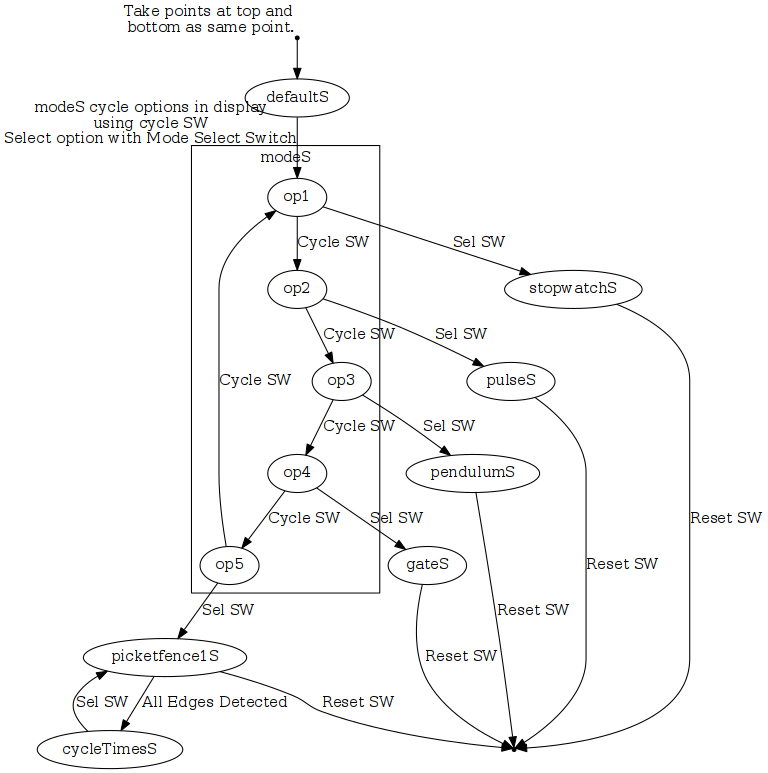
danpeirce/photogate-box-ssd1306term keeps this Graphviz diagram as image/mancyclemode.png. Above is the earlier version. Its source is kept beside it as mancyclemode.gv.
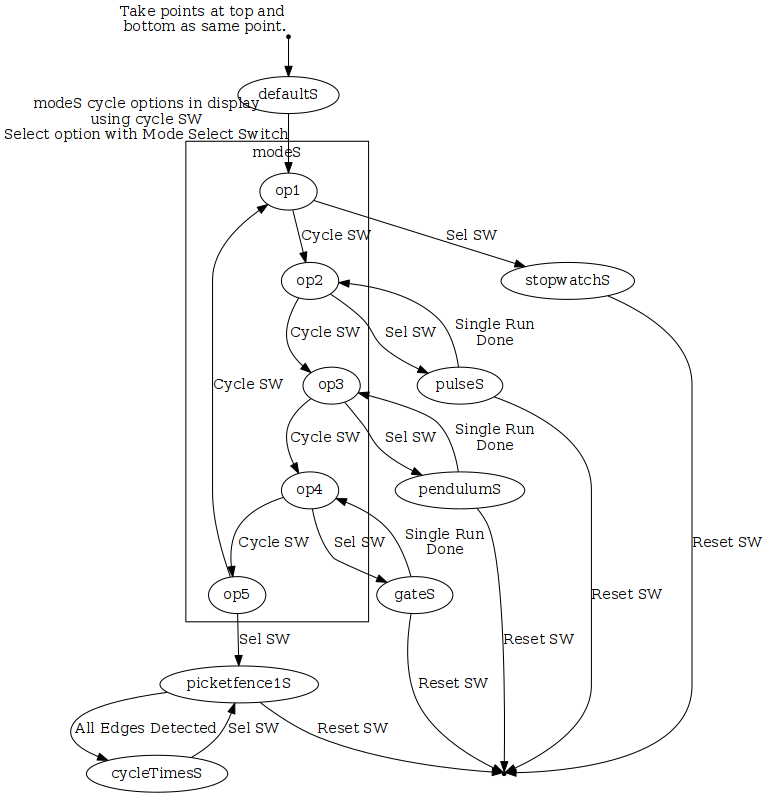
After the commit.

Commit message:
State Transition diagram udated

What changed in the source:
```diff
@@ -8,10 +8,13 @@
         op1 -> stopwatchS [ label = "Sel SW"]
         stopwatchS -> end [ label = "Reset SW" ]
         op2 -> pulseS [ label = "Sel SW" ]
+        pulseS -> op2 [ label = <Single Run<br />Done> ]
         pulseS -> end [ label = "Reset SW" ]
         op3 -> pendulumS [ label = "Sel SW" ]
+        pendulumS -> op3 [ label = <Single Run<br />Done>  ]
         pendulumS -> end [ label = "Reset SW" ]
         op4 -> gateS [ label = "Sel SW" ]
+        gateS -> op4 [ label = <Single Run<br />Done> ]
         gateS -> end [ label = "Reset SW" ]
         op5 -> picketfence1S [ label = "Sel SW" ]
         picketfence1S -> end [ label = "Reset SW" ]
@@ -32,5 +35,5 @@
 }
 
 /*
-dot -Tpng pickmode.gv -o pickmode.png
+dot -Tpng mancyclemode.gv -o image/mancyclemode.png
 */
```
